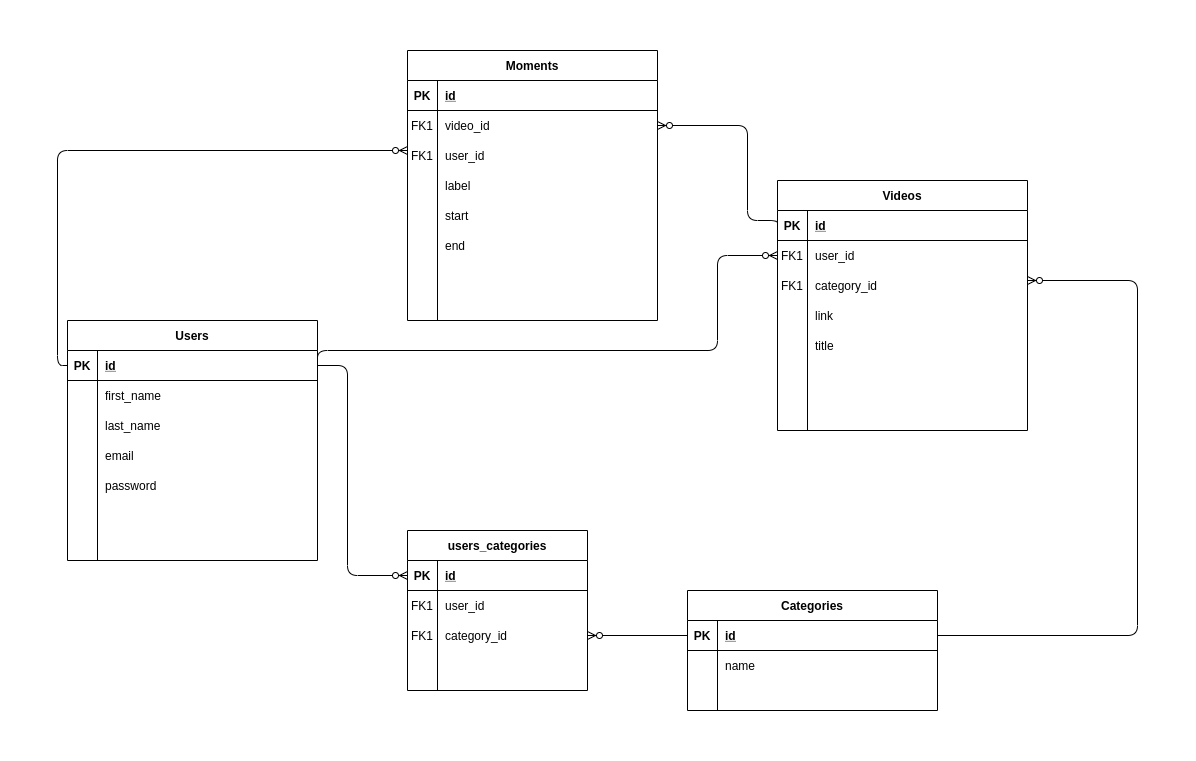
This is Echo ERD.png from nataliaCodes/echo-replay-your-moments, a draw.io export, as it was before one commit. Source tidied: cells renumbered, new cells last; positions are measured from the earlier drawing's top-left corner, leaving out a move shared by most shapes.
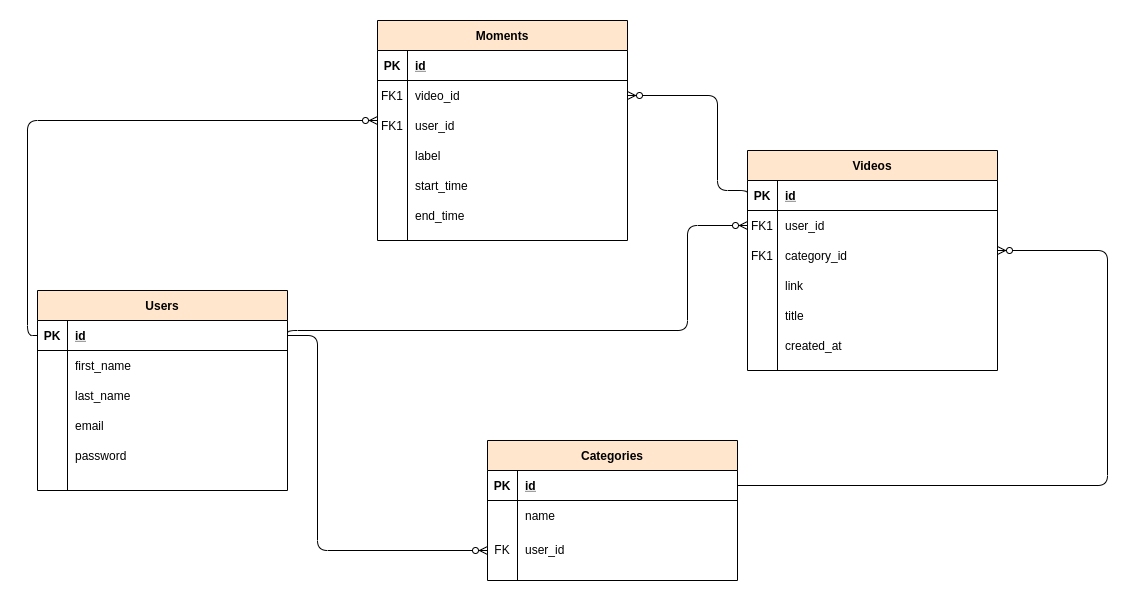
The same diagram one commit later.

The edit, as a diff of the source:
```diff
@@ -2,8 +2,8 @@
   <root>
     <mxCell id="0" />
     <mxCell id="1" parent="0" />
-    <mxCell id="2" value="Videos" style="shape=table;startSize=30;rowLines=0;fontStyle=1;align=center;" parent="1" vertex="1">
-      <mxGeometry x="720" y="130" width="250" height="250" as="geometry" />
+    <mxCell id="2" value="Videos" style="shape=table;startSize=30;rowLines=0;fontStyle=1;align=center;fillColor=#FFE6CC;" parent="1" vertex="1">
+      <mxGeometry x="720" y="130" width="250" height="220" as="geometry" />
     </mxCell>
     <mxCell id="3" style="shape=partialRectangle;fillColor=none;points=[[0,0.5],[1,0.5]];portConstraint=eastwest;top=0;left=0;right=0;bottom=1;" parent="2" vertex="1">
       <mxGeometry y="30" width="250" height="30" as="geometry" />
@@ -32,8 +32,8 @@
     <mxCell id="11" style="shape=partialRectangle;overflow=hidden;fillColor=none;top=0;left=0;bottom=0;right=0;align=left;spacingLeft=6;" parent="9" vertex="1">
       <mxGeometry x="30" width="220" height="30" as="geometry" />
     </mxCell>
-    <mxCell id="12" value="Moments" style="shape=table;startSize=30;rowLines=0;fontStyle=1;align=center;" parent="1" vertex="1">
-      <mxGeometry x="350" width="250" height="270" as="geometry" />
+    <mxCell id="12" value="Moments" style="shape=table;startSize=30;rowLines=0;fontStyle=1;align=center;fillColor=#FFE6CC;" parent="1" vertex="1">
+      <mxGeometry x="350" width="250" height="220" as="geometry" />
     </mxCell>
     <mxCell id="13" style="shape=partialRectangle;fillColor=none;top=0;left=0;right=0;bottom=1;" parent="12" vertex="1">
       <mxGeometry y="30" width="250" height="30" as="geometry" />
@@ -62,8 +62,8 @@
     <mxCell id="21" value="user_id" style="shape=partialRectangle;fillColor=none;top=0;left=0;bottom=0;right=0;align=left;spacingLeft=6;overflow=hidden;" parent="19" vertex="1">
       <mxGeometry x="30" width="220" height="30" as="geometry" />
     </mxCell>
-    <mxCell id="22" value="Users" style="shape=table;startSize=30;rowLines=0;fontStyle=1;align=center;" parent="1" vertex="1">
-      <mxGeometry x="10" y="270" width="250" height="240" as="geometry" />
+    <mxCell id="22" value="Users" style="shape=table;startSize=30;rowLines=0;fontStyle=1;align=center;fillColor=#FFE6CC;" parent="1" vertex="1">
+      <mxGeometry x="10" y="270" width="250" height="200" as="geometry" />
     </mxCell>
     <mxCell id="23" style="shape=partialRectangle;fillColor=none;points=[[0,0.5],[1,0.5]];portConstraint=eastwest;top=0;left=0;right=0;bottom=1;" parent="22" vertex="1">
       <mxGeometry y="30" width="250" height="30" as="geometry" />
@@ -92,7 +92,7 @@
     <mxCell id="31" style="shape=partialRectangle;overflow=hidden;fillColor=none;top=0;left=0;bottom=0;right=0;align=left;spacingLeft=6;" parent="29" vertex="1">
       <mxGeometry x="30" width="220" height="30" as="geometry" />
     </mxCell>
-    <mxCell id="32" value="end" style="shape=partialRectangle;overflow=hidden;fillColor=none;top=0;left=0;bottom=0;right=0;align=left;spacingLeft=6;" parent="1" vertex="1">
+    <mxCell id="32" value="end_time" style="shape=partialRectangle;overflow=hidden;fillColor=none;top=0;left=0;bottom=0;right=0;align=left;spacingLeft=6;" parent="1" vertex="1">
       <mxGeometry x="380" y="180" width="220" height="30" as="geometry" />
     </mxCell>
     <mxCell id="33" value="label" style="shape=partialRectangle;overflow=hidden;fillColor=none;top=0;left=0;bottom=0;right=0;align=left;spacingLeft=6;" parent="1" vertex="1">
@@ -104,8 +104,8 @@
     <mxCell id="35" value="email" style="shape=partialRectangle;overflow=hidden;fillColor=none;top=0;left=0;bottom=0;right=0;align=left;spacingLeft=6;" parent="1" vertex="1">
       <mxGeometry x="40" y="390" width="220" height="30" as="geometry" />
     </mxCell>
-    <mxCell id="36" value="Categories" style="shape=table;startSize=30;rowLines=0;fontStyle=1;align=center;" parent="1" vertex="1">
-      <mxGeometry x="630" y="540" width="250" height="120" as="geometry" />
+    <mxCell id="36" value="Categories" style="shape=table;startSize=30;rowLines=0;fontStyle=1;align=center;fillColor=#FFE6CC;" parent="1" vertex="1">
+      <mxGeometry x="460" y="420" width="250" height="140" as="geometry" />
     </mxCell>
     <mxCell id="37" style="shape=partialRectangle;fillColor=none;points=[[0,0.5],[1,0.5]];portConstraint=eastwest;top=0;left=0;right=0;bottom=1;" parent="36" vertex="1">
       <mxGeometry y="30" width="250" height="30" as="geometry" />
@@ -117,25 +117,25 @@
       <mxGeometry x="30" width="220" height="30" as="geometry" />
     </mxCell>
     <mxCell id="40" value="name" style="shape=partialRectangle;overflow=hidden;fillColor=none;top=0;left=0;bottom=0;right=0;align=left;spacingLeft=6;" parent="1" vertex="1">
-      <mxGeometry x="660" y="600" width="220" height="30" as="geometry" />
+      <mxGeometry x="490" y="480" width="220" height="30" as="geometry" />
     </mxCell>
     <mxCell id="41" style="edgeStyle=orthogonalEdgeStyle;fontSize=12;html=1;endArrow=ERzeroToMany;endFill=1;entryX=0;entryY=0.5;entryDx=0;entryDy=0;exitX=1;exitY=0.5;exitDx=0;exitDy=0;" parent="1" edge="1" source="23" target="6">
       <mxGeometry relative="1" as="geometry">
         <Array as="points">
-          <mxPoint x="260" y="300" />
-          <mxPoint x="660" y="300" />
+          <mxPoint x="260" y="310" />
+          <mxPoint x="660" y="310" />
           <mxPoint x="660" y="205" />
         </Array>
       </mxGeometry>
     </mxCell>
-    <mxCell id="42" value="start" style="shape=partialRectangle;overflow=hidden;fillColor=none;top=0;left=0;bottom=0;right=0;align=left;spacingLeft=6;" parent="1" vertex="1">
+    <mxCell id="42" value="start_time" style="shape=partialRectangle;overflow=hidden;fillColor=none;top=0;left=0;bottom=0;right=0;align=left;spacingLeft=6;" parent="1" vertex="1">
       <mxGeometry x="380" y="150" width="220" height="30" as="geometry" />
     </mxCell>
     <mxCell id="43" style="edgeStyle=orthogonalEdgeStyle;fontSize=12;html=1;endArrow=ERzeroToMany;endFill=1;exitX=1;exitY=0.5;exitDx=0;exitDy=0;" parent="1" edge="1" source="37">
       <mxGeometry relative="1" as="geometry">
         <mxPoint x="970" y="230" as="targetPoint" />
         <Array as="points">
-          <mxPoint x="1080" y="585" />
+          <mxPoint x="1080" y="465" />
           <mxPoint x="1080" y="230" />
         </Array>
       </mxGeometry>
@@ -182,61 +182,23 @@
     <mxCell id="53" value="title" style="shape=partialRectangle;overflow=hidden;fillColor=none;top=0;left=0;bottom=0;right=0;align=left;spacingLeft=6;" parent="1" vertex="1">
       <mxGeometry x="750" y="280" width="220" height="30" as="geometry" />
     </mxCell>
-    <mxCell id="54" value="users_categories" style="shape=table;startSize=30;rowLines=0;fontStyle=1;align=center;" parent="1" vertex="1">
-      <mxGeometry x="350" y="480" width="180" height="160" as="geometry" />
-    </mxCell>
-    <mxCell id="55" style="shape=partialRectangle;fillColor=none;top=0;left=0;bottom=1;right=0;points=[[0,0.5],[1,0.5]];portConstraint=eastwest;" parent="54" vertex="1">
-      <mxGeometry y="30" width="180" height="30" as="geometry" />
-    </mxCell>
-    <mxCell id="56" value="PK" style="shape=partialRectangle;fillColor=none;top=0;left=0;bottom=0;right=0;fontStyle=1;overflow=hidden;" parent="55" vertex="1">
-      <mxGeometry width="30" height="30" as="geometry" />
-    </mxCell>
-    <mxCell id="57" value="id" style="shape=partialRectangle;fillColor=none;top=0;left=0;bottom=0;right=0;align=left;spacingLeft=6;fontStyle=5;overflow=hidden;" parent="55" vertex="1">
-      <mxGeometry x="30" width="150" height="30" as="geometry" />
-    </mxCell>
-    <mxCell id="58" style="shape=partialRectangle;fillColor=none;top=0;left=0;bottom=0;right=0;" parent="54" vertex="1">
-      <mxGeometry y="60" width="180" height="30" as="geometry" />
-    </mxCell>
-    <mxCell id="59" style="shape=partialRectangle;fillColor=none;top=0;left=0;bottom=0;right=0;overflow=hidden;" parent="58" vertex="1">
-      <mxGeometry width="30" height="30" as="geometry" />
-    </mxCell>
+    <mxCell id="67" style="edgeStyle=orthogonalEdgeStyle;fontSize=12;html=1;endArrow=ERzeroToMany;endFill=1;exitX=1;exitY=0.5;exitDx=0;exitDy=0;" parent="1" edge="1" source="23">
+      <mxGeometry relative="1" as="geometry">
+        <mxPoint x="460" y="530" as="targetPoint" />
+        <Array as="points">
+          <mxPoint x="290" y="315" />
+          <mxPoint x="290" y="530" />
+        </Array>
+      </mxGeometry>
+    </mxCell>
-    <mxCell id="60" value="user_id" style="shape=partialRectangle;fillColor=none;top=0;left=0;bottom=0;right=0;align=left;spacingLeft=6;overflow=hidden;" parent="58" vertex="1">
-      <mxGeometry x="30" width="150" height="30" as="geometry" />
+    <mxCell id="60" value="user_id" style="shape=partialRectangle;overflow=hidden;fillColor=none;top=0;left=0;bottom=0;right=0;align=left;spacingLeft=6;" parent="1" vertex="1">
+      <mxGeometry x="490" y="514" width="220" height="30" as="geometry" />
     </mxCell>
-    <mxCell id="61" style="shape=partialRectangle;fillColor=none;top=0;left=0;bottom=0;right=0;points=[[0,0.5],[1,0.5]];portConstraint=eastwest;" parent="54" vertex="1">
-      <mxGeometry y="90" width="180" height="30" as="geometry" />
-    </mxCell>
-    <mxCell id="62" style="shape=partialRectangle;fillColor=none;top=0;left=0;bottom=0;right=0;overflow=hidden;" parent="61" vertex="1">
-      <mxGeometry width="30" height="30" as="geometry" />
-    </mxCell>
-    <mxCell id="63" value="category_id" style="shape=partialRectangle;fillColor=none;top=0;left=0;bottom=0;right=0;align=left;spacingLeft=6;overflow=hidden;" parent="61" vertex="1">
-      <mxGeometry x="30" width="150" height="30" as="geometry" />
-    </mxCell>
-    <mxCell id="64" style="shape=partialRectangle;fillColor=none;top=0;left=0;bottom=0;right=0;" parent="54" vertex="1">
-      <mxGeometry y="120" width="180" height="30" as="geometry" />
-    </mxCell>
-    <mxCell id="65" style="shape=partialRectangle;fillColor=none;top=0;left=0;bottom=0;right=0;overflow=hidden;" parent="64" vertex="1">
-      <mxGeometry width="30" height="30" as="geometry" />
-    </mxCell>
-    <mxCell id="66" style="shape=partialRectangle;fillColor=none;top=0;left=0;bottom=0;right=0;align=left;spacingLeft=6;overflow=hidden;" parent="64" vertex="1">
-      <mxGeometry x="30" width="150" height="30" as="geometry" />
-    </mxCell>
-    <mxCell id="67" style="edgeStyle=orthogonalEdgeStyle;fontSize=12;html=1;endArrow=ERzeroToMany;endFill=1;exitX=1;exitY=0.5;exitDx=0;exitDy=0;entryX=0;entryY=0.5;entryDx=0;entryDy=0;" parent="1" edge="1" source="23" target="55">
-      <mxGeometry relative="1" as="geometry">
-        <Array as="points">
-          <mxPoint x="290" y="315" />
-          <mxPoint x="290" y="525" />
-        </Array>
-      </mxGeometry>
-    </mxCell>
-    <mxCell id="68" style="edgeStyle=orthogonalEdgeStyle;fontSize=12;html=1;endArrow=ERzeroToMany;endFill=1;exitX=0;exitY=0.5;exitDx=0;exitDy=0;entryX=1;entryY=0.5;entryDx=0;entryDy=0;" parent="1" edge="1" source="37" target="61">
-      <mxGeometry relative="1" as="geometry" />
-    </mxCell>
-    <mxCell id="69" value="FK1" style="shape=partialRectangle;overflow=hidden;fillColor=none;top=0;left=0;bottom=0;right=0;" parent="1" vertex="1">
-      <mxGeometry x="350" y="540" width="30" height="30" as="geometry" />
-    </mxCell>
-    <mxCell id="70" value="FK1" style="shape=partialRectangle;overflow=hidden;fillColor=none;top=0;left=0;bottom=0;right=0;" parent="1" vertex="1">
-      <mxGeometry x="350" y="570" width="30" height="30" as="geometry" />
-    </mxCell>
+    <mxCell id="71" value="FK" style="shape=partialRectangle;overflow=hidden;fillColor=none;top=0;left=0;bottom=0;right=0;" parent="1" vertex="1">
+      <mxGeometry x="460" y="514" width="30" height="30" as="geometry" />
+    </mxCell>
+    <mxCell id="72" value="created_at" style="shape=partialRectangle;overflow=hidden;fillColor=none;top=0;left=0;bottom=0;right=0;align=left;spacingLeft=6;" parent="1" vertex="1">
+      <mxGeometry x="750" y="310" width="220" height="30" as="geometry" />
+    </mxCell>
   </root>
 </mxGraphModel>
```
